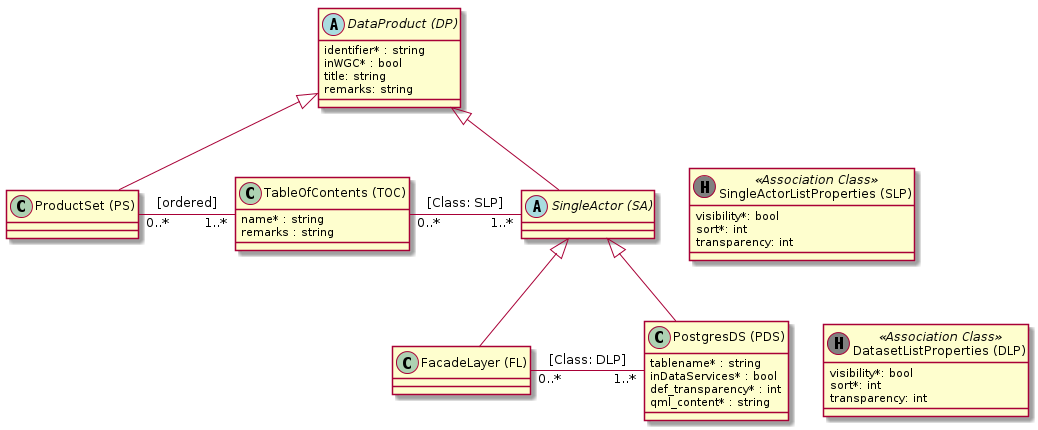
Before: puml_output/proto_model_v2.png, a diagram exported from PlantUML (simi-so/mm).
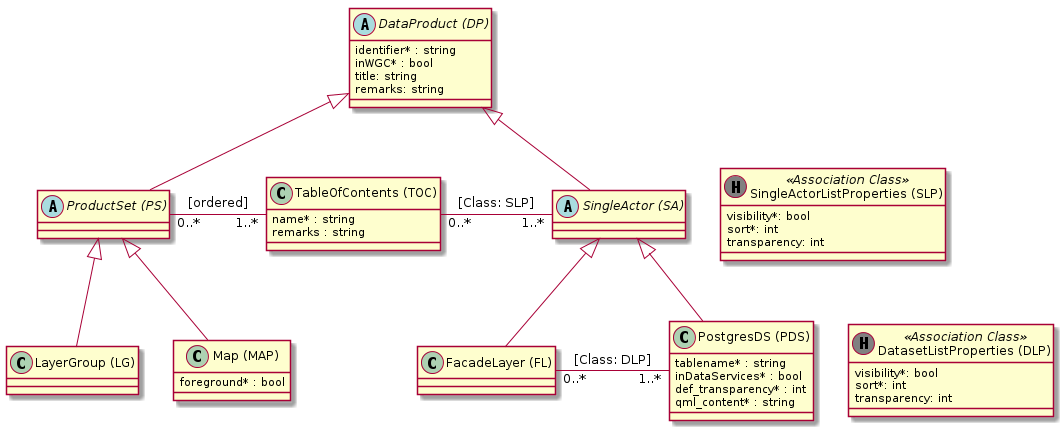
Above is the later version.

Commit message:
Update proto model v2

Change to the diagram source:
```diff
@@ -7,7 +7,13 @@
     remarks: string
 }
 
-class "ProductSet (PS)" as ps
+abstract class "ProductSet (PS)" as ps
+
+class "LayerGroup (LG)" as lg
+
+class "Map (MAP)" as map {
+  foreground* : bool
+}
 
 class "TableOfContents (TOC)" as toc {
     name* : string
@@ -38,8 +44,11 @@
 }
 
 dp <|-- ps
+ps <|-- lg
+ps <|-- map
 
 dp <|-- sa
+
 sa <|-- pds
 sa <|-- fl
 
```
